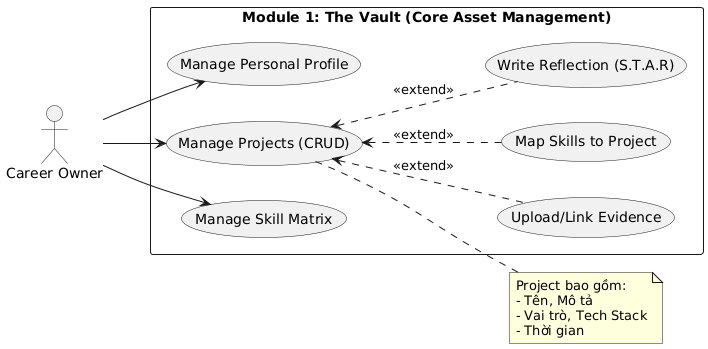
Earlier version of the PlantUML export docs/usecase-diagram-module-vault.png (tanh11704/career-vault).
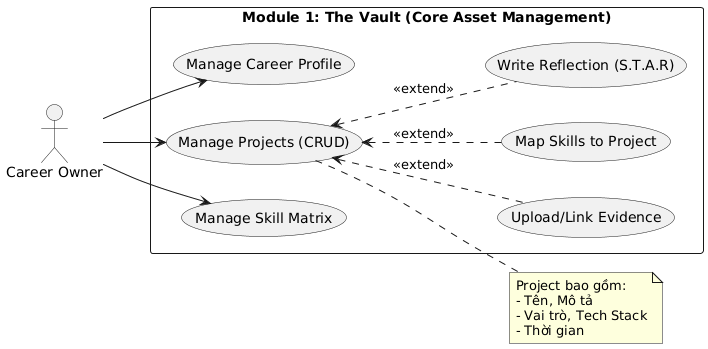
Later version of the same file.

Commit message:
add use case specifications for Auditor, Authentication, Output & Admin, Time Machine, and Vault modules; update use case diagrams

Diff of the diagram source:
```diff
@@ -5,7 +5,7 @@
 actor "Career Owner" as User
 
 rectangle "Module 1: The Vault (Core Asset Management)" {
-    usecase "Manage Personal Profile" as UC1
+    usecase "Manage Career Profile" as UC1
     usecase "Manage Projects (CRUD)" as UC2
 
     usecase "Upload/Link Evidence" as UC3
```
